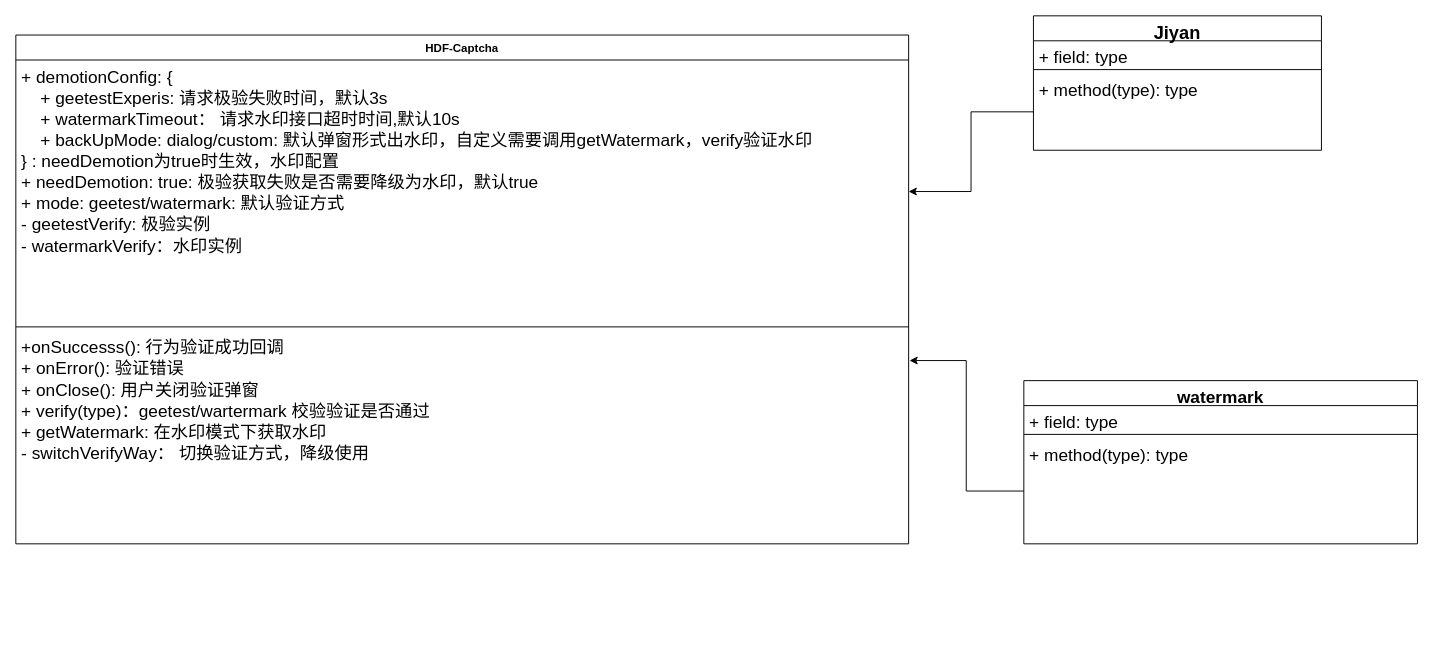
Above: 极验组件类图.drawio in CYFW/drawio (draw.io), before the change. Source tidied: cells renumbered, new cells numbered last; positions are measured from the earlier drawing's top-left corner, leaving out a move shared by most shapes. Both pictures are drawn from the tidied source at 96%, with x=0, y=0 at pixel (15, -23).
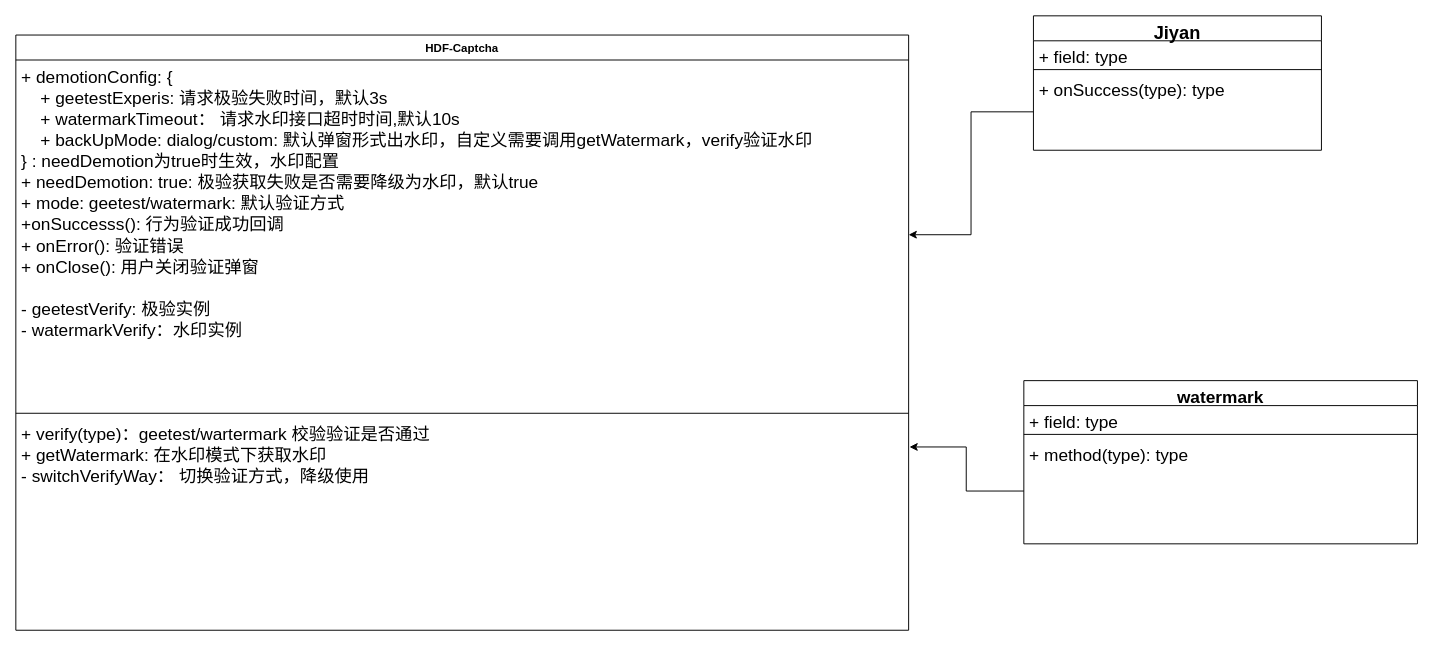
The same diagram, later.

Commit message (it also covers changes not shown here):
更新极验组件类图.drawio

Diff of the diagram source:
```diff
@@
 <mxGraphModel>
   <root>
     <mxCell id="0" />
     <mxCell id="1" parent="0" />
     <mxCell id="2" style="edgeStyle=orthogonalEdgeStyle;rounded=0;html=1;dashed=1;labelBackgroundColor=none;startFill=0;endArrow=open;endFill=0;endSize=10;fontFamily=Verdana;fontSize=10;" parent="1" edge="1">
       <mxGeometry relative="1" as="geometry">
         <mxPoint x="1530" as="sourcePoint" />
       </mxGeometry>
     </mxCell>
     <mxCell id="3" value="HDF-Captcha" style="swimlane;fontStyle=1;align=center;verticalAlign=top;horizontal=1;startSize=26;" parent="1" vertex="1">
-      <mxGeometry y="60" width="930" height="530" as="geometry" />
+      <mxGeometry y="60" width="930" height="620" as="geometry" />
     </mxCell>
-    <mxCell id="4" value="+ demotionConfig: {&#10;    + geetestExperis: 请求极验失败时间，默认3s&#10;    + watermarkTimeout： 请求水印接口超时时间,默认10s&#10;    + backUpMode: dialog/custom: 默认弹窗形式出水印，自定义需要调用getWatermark，verify验证水印&#10;} : needDemotion为true时生效，水印配置&#10;+ needDemotion: true: 极验获取失败是否需要降级为水印，默认true&#10;+ mode: geetest/watermark: 默认验证方式&#10;- geetestVerify: 极验实例&#10;- watermarkVerify：水印实例&#10;" style="text;strokeColor=none;fillColor=none;align=left;verticalAlign=top;spacingLeft=4;spacingRight=4;overflow=hidden;points=[[0,0.5],[1,0.5]];portConstraint=eastwest;fontSize=18;" parent="3" vertex="1">
-      <mxGeometry y="26" width="930" height="274" as="geometry" />
+    <mxCell id="4" value="+ demotionConfig: {&#10;    + geetestExperis: 请求极验失败时间，默认3s&#10;    + watermarkTimeout： 请求水印接口超时时间,默认10s&#10;    + backUpMode: dialog/custom: 默认弹窗形式出水印，自定义需要调用getWatermark，verify验证水印&#10;} : needDemotion为true时生效，水印配置&#10;+ needDemotion: true: 极验获取失败是否需要降级为水印，默认true&#10;+ mode: geetest/watermark: 默认验证方式&#10;+onSuccesss(): 行为验证成功回调&#10;+ onError(): 验证错误&#10;+ onClose(): 用户关闭验证弹窗&#10;&#10;- geetestVerify: 极验实例&#10;- watermarkVerify：水印实例&#10;" style="text;strokeColor=none;fillColor=none;align=left;verticalAlign=top;spacingLeft=4;spacingRight=4;overflow=hidden;points=[[0,0.5],[1,0.5]];portConstraint=eastwest;fontSize=18;" parent="3" vertex="1">
+      <mxGeometry y="26" width="930" height="364" as="geometry" />
     </mxCell>
     <mxCell id="5" style="line;strokeWidth=1;fillColor=none;align=left;verticalAlign=middle;spacingTop=-1;spacingLeft=3;spacingRight=3;labelPosition=right;" parent="3" vertex="1">
-      <mxGeometry y="300" width="930" height="8" as="geometry" />
+      <mxGeometry y="390" width="930" height="8" as="geometry" />
     </mxCell>
-    <mxCell id="6" value="+onSuccesss(): 行为验证成功回调&#10;+ onError(): 验证错误&#10;+ onClose(): 用户关闭验证弹窗&#10;+ verify(type)：geetest/wartermark 校验验证是否通过&#10;+ getWatermark: 在水印模式下获取水印&#10;- switchVerifyWay： 切换验证方式，降级使用" style="text;strokeColor=none;fillColor=none;align=left;verticalAlign=top;spacingLeft=4;spacingRight=4;overflow=hidden;points=[[0,0.5],[1,0.5]];portConstraint=eastwest;fontSize=18;" parent="3" vertex="1">
-      <mxGeometry y="308" width="930" height="222" as="geometry" />
+    <mxCell id="6" value="+ verify(type)：geetest/wartermark 校验验证是否通过&#10;+ getWatermark: 在水印模式下获取水印&#10;- switchVerifyWay： 切换验证方式，降级使用" style="text;strokeColor=none;fillColor=none;align=left;verticalAlign=top;spacingLeft=4;spacingRight=4;overflow=hidden;points=[[0,0.5],[1,0.5]];portConstraint=eastwest;fontSize=18;" parent="3" vertex="1">
+      <mxGeometry y="398" width="930" height="222" as="geometry" />
     </mxCell>
     <mxCell id="7" value="Jiyan" style="swimlane;fontStyle=1;align=center;verticalAlign=top;horizontal=1;startSize=26;fontSize=19;" parent="1" vertex="1">
       <mxGeometry x="1060" y="40" width="300" height="140" as="geometry" />
     </mxCell>
     <mxCell id="8" value="+ field: type" style="text;strokeColor=none;fillColor=none;align=left;verticalAlign=top;spacingLeft=4;spacingRight=4;overflow=hidden;fontSize=18;" parent="7" vertex="1">
       <mxGeometry y="26" width="300" height="26" as="geometry" />
     </mxCell>
     <mxCell id="9" style="line;strokeWidth=1;fillColor=none;align=left;verticalAlign=middle;spacingTop=-1;spacingLeft=3;spacingRight=3;labelPosition=right;" parent="7" vertex="1">
       <mxGeometry y="52" width="300" height="8" as="geometry" />
     </mxCell>
-    <mxCell id="10" value="+ method(type): type" style="text;strokeColor=none;fillColor=none;align=left;verticalAlign=top;spacingLeft=4;spacingRight=4;overflow=hidden;points=[[0,0.5],[1,0.5]];portConstraint=eastwest;fontSize=18;" parent="7" vertex="1">
+    <mxCell id="10" value="+ onSuccess(type): type" style="text;strokeColor=none;fillColor=none;align=left;verticalAlign=top;spacingLeft=4;spacingRight=4;overflow=hidden;points=[[0,0.5],[1,0.5]];portConstraint=eastwest;fontSize=18;" parent="7" vertex="1">
       <mxGeometry y="60" width="300" height="80" as="geometry" />
     </mxCell>
     <mxCell id="11" value="watermark" style="swimlane;fontStyle=1;align=center;verticalAlign=top;horizontal=1;startSize=26;fontSize=18;" parent="1" vertex="1">
       <mxGeometry x="1050" y="420" width="410" height="170" as="geometry" />
     </mxCell>
     <mxCell id="12" value="+ field: type" style="text;strokeColor=none;fillColor=none;align=left;verticalAlign=top;spacingLeft=4;spacingRight=4;overflow=hidden;fontSize=18;" parent="11" vertex="1">
       <mxGeometry y="26" width="410" height="26" as="geometry" />
     </mxCell>
     <mxCell id="13" style="line;strokeWidth=1;fillColor=none;align=left;verticalAlign=middle;spacingTop=-1;spacingLeft=3;spacingRight=3;labelPosition=right;" parent="11" vertex="1">
       <mxGeometry y="52" width="410" height="8" as="geometry" />
     </mxCell>
     <mxCell id="14" value="+ method(type): type" style="text;strokeColor=none;fillColor=none;align=left;verticalAlign=top;spacingLeft=4;spacingRight=4;overflow=hidden;points=[[0,0.5],[1,0.5]];portConstraint=eastwest;fontSize=18;" parent="11" vertex="1">
       <mxGeometry y="60" width="410" height="110" as="geometry" />
     </mxCell>
     <mxCell id="15" style="edgeStyle=orthogonalEdgeStyle;rounded=0;jettySize=auto;html=1;exitX=0;exitY=0.5;exitDx=0;exitDy=0;entryX=1;entryY=0.5;entryDx=0;entryDy=0;fontSize=18;" parent="1" edge="1" source="10" target="4">
       <mxGeometry relative="1" as="geometry" />
     </mxCell>
     <mxCell id="16" style="edgeStyle=orthogonalEdgeStyle;rounded=0;jettySize=auto;html=1;entryX=1.001;entryY=0.14;entryDx=0;entryDy=0;entryPerimeter=0;fontSize=18;" parent="1" edge="1" source="14" target="6">
       <mxGeometry relative="1" as="geometry" />
     </mxCell>
   </root>
 </mxGraphModel>
```
